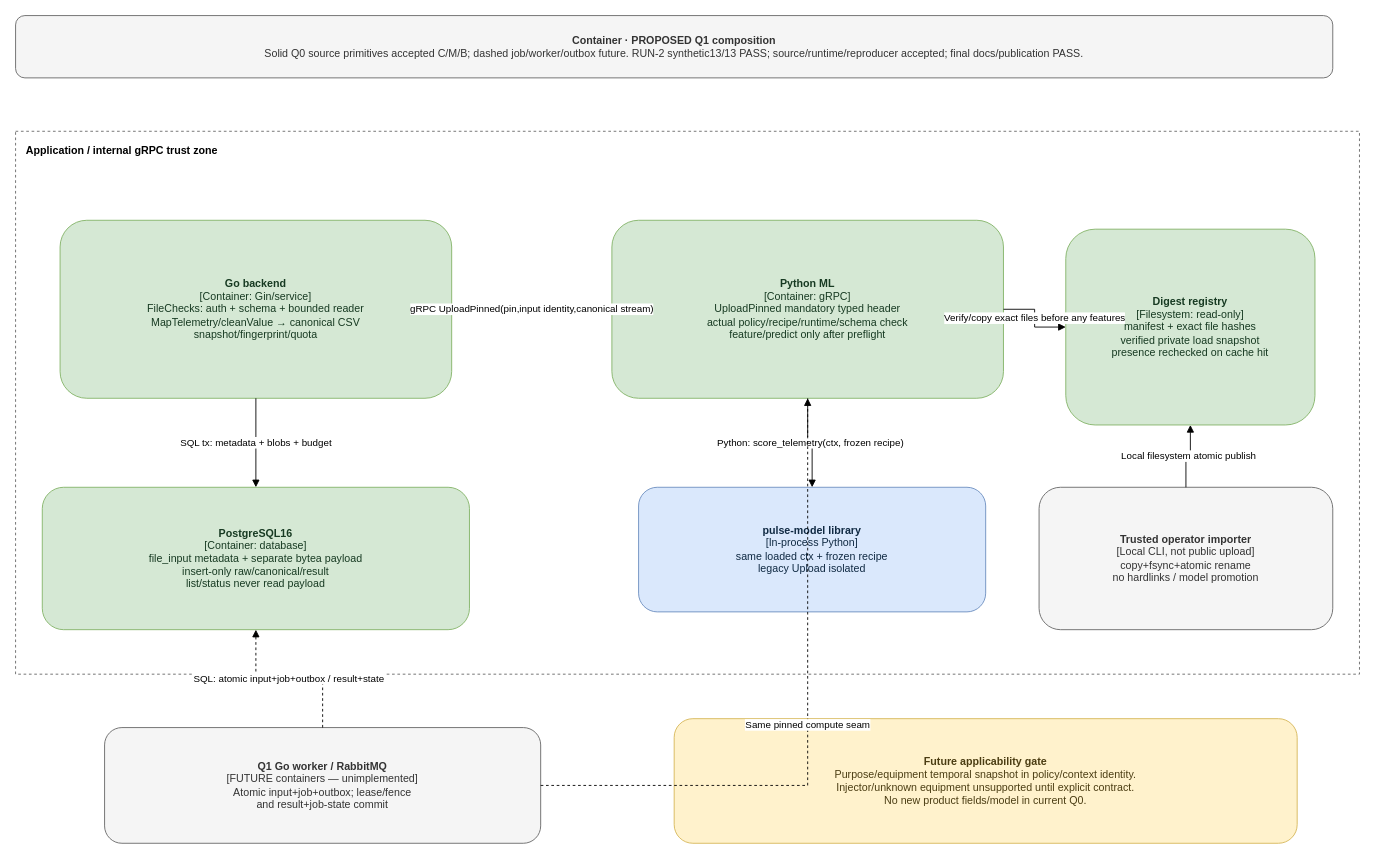
This is page "C2 Q0-era proposal — Q1 composition" (4 of 6) of docs/q0-artifact-pinning.drawio from effitech-pulse/pulse-backend, a draw.io file, before an edit. Source tidied: cells renumbered, new cells numbered last; positions are measured from the earlier drawing's top-left corner, leaving out a move shared by most shapes. Both pictures are drawn from the tidied source at 89%, with x=0, y=0 at pixel (15, 15).
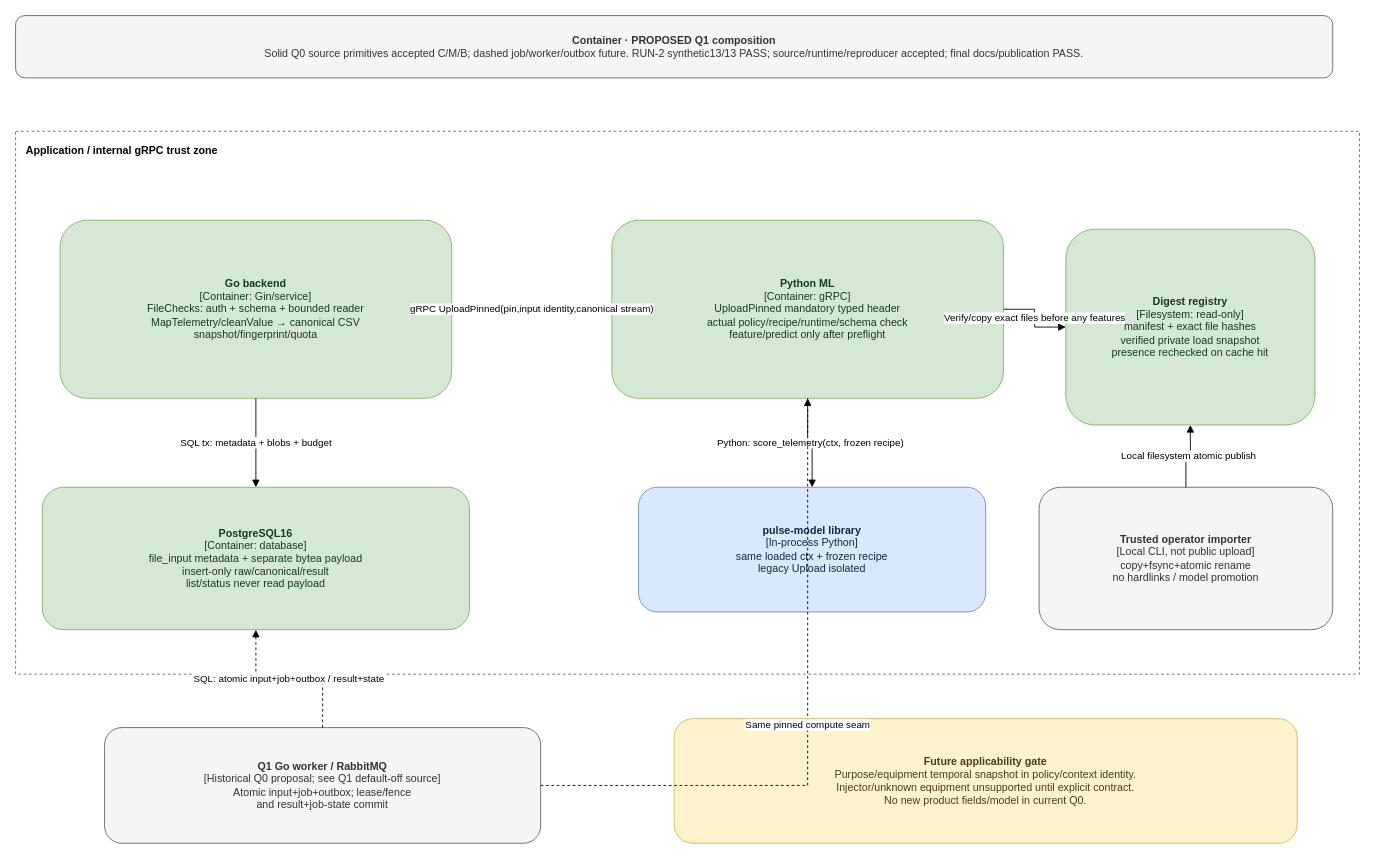
The same diagram, later.

Change to the diagram source:
```diff
@@
 <mxGraphModel>
   <root>
     <mxCell id="0" />
     <mxCell id="1" parent="0" />
     <mxCell id="2" value="&lt;b&gt;Container · PROPOSED Q1 composition&lt;/b&gt;&lt;br&gt;Solid Q0 source primitives accepted C/M/B; dashed job/worker/outbox future. RUN-2 synthetic13/13 PASS; source/runtime/reproducer accepted; final docs/publication PASS." style="rounded=1;whiteSpace=wrap;html=1;fillColor=#f5f5f5;strokeColor=#666666;fontColor=#333333;" parent="1" vertex="1">
       <mxGeometry width="1480" height="70" as="geometry" />
     </mxCell>
     <mxCell id="3" value="Application / internal gRPC trust zone" style="rounded=0;whiteSpace=wrap;html=1;fillColor=none;strokeColor=#666666;dashed=1;verticalAlign=top;align=left;fontStyle=1;spacingTop=8;spacingLeft=10;" parent="1" vertex="1">
       <mxGeometry y="130" width="1510" height="610" as="geometry" />
     </mxCell>
     <mxCell id="4" value="&lt;b&gt;Go backend&lt;/b&gt;&lt;br&gt;[Container: Gin/service]&lt;br&gt;FileChecks: auth + schema + bounded reader&lt;br&gt;MapTelemetry/cleanValue → canonical CSV&lt;br&gt;snapshot/fingerprint/quota" style="rounded=1;whiteSpace=wrap;html=1;fillColor=#d5e8d4;strokeColor=#82b366;fontColor=#173a22;" parent="1" vertex="1">
       <mxGeometry x="50" y="230" width="440" height="200" as="geometry" />
     </mxCell>
     <mxCell id="5" value="&lt;b&gt;PostgreSQL16&lt;/b&gt;&lt;br&gt;[Container: database]&lt;br&gt;file_input metadata + separate bytea payload&lt;br&gt;insert-only raw/canonical/result&lt;br&gt;list/status never read payload" style="rounded=1;whiteSpace=wrap;html=1;fillColor=#d5e8d4;strokeColor=#82b366;fontColor=#173a22;" parent="1" vertex="1">
       <mxGeometry x="30" y="530" width="480" height="160" as="geometry" />
     </mxCell>
     <mxCell id="6" value="&lt;b&gt;Python ML&lt;/b&gt;&lt;br&gt;[Container: gRPC]&lt;br&gt;UploadPinned mandatory typed header&lt;br&gt;actual policy/recipe/runtime/schema check&lt;br&gt;feature/predict only after preflight" style="rounded=1;whiteSpace=wrap;html=1;fillColor=#d5e8d4;strokeColor=#82b366;fontColor=#173a22;" parent="1" vertex="1">
       <mxGeometry x="670" y="230" width="440" height="200" as="geometry" />
     </mxCell>
     <mxCell id="7" value="&lt;b&gt;pulse-model library&lt;/b&gt;&lt;br&gt;[In-process Python]&lt;br&gt;same loaded ctx + frozen recipe&lt;br&gt;legacy Upload isolated" style="rounded=1;whiteSpace=wrap;html=1;fillColor=#dae8fc;strokeColor=#6c8ebf;fontColor=#102a43;" parent="1" vertex="1">
       <mxGeometry x="700" y="530" width="390" height="140" as="geometry" />
     </mxCell>
     <mxCell id="8" value="&lt;b&gt;Digest registry&lt;/b&gt;&lt;br&gt;[Filesystem: read-only]&lt;br&gt;manifest + exact file hashes&lt;br&gt;verified private load snapshot&lt;br&gt;presence rechecked on cache hit" style="rounded=1;whiteSpace=wrap;html=1;fillColor=#d5e8d4;strokeColor=#82b366;fontColor=#173a22;" parent="1" vertex="1">
       <mxGeometry x="1180" y="240" width="280" height="220" as="geometry" />
     </mxCell>
     <mxCell id="9" value="&lt;b&gt;Trusted operator importer&lt;/b&gt;&lt;br&gt;[Local CLI, not public upload]&lt;br&gt;copy+fsync+atomic rename&lt;br&gt;no hardlinks / model promotion" style="rounded=1;whiteSpace=wrap;html=1;fillColor=#f5f5f5;strokeColor=#666666;fontColor=#333333;" parent="1" vertex="1">
       <mxGeometry x="1150" y="530" width="330" height="160" as="geometry" />
     </mxCell>
-    <mxCell id="10" value="&lt;b&gt;Q1 Go worker / RabbitMQ&lt;/b&gt;&lt;br&gt;[FUTURE containers — unimplemented]&lt;br&gt;Atomic input+job+outbox; lease/fence&lt;br&gt;and result+job-state commit" style="rounded=1;whiteSpace=wrap;html=1;fillColor=#f5f5f5;strokeColor=#666666;fontColor=#333333;" parent="1" vertex="1">
+    <mxCell id="10" value="&lt;b&gt;Q1 Go worker / RabbitMQ&lt;/b&gt;&lt;br&gt;[Historical Q0 proposal; see Q1 default-off source]&lt;br&gt;Atomic input+job+outbox; lease/fence&lt;br&gt;and result+job-state commit" style="rounded=1;whiteSpace=wrap;html=1;fillColor=#f5f5f5;strokeColor=#666666;fontColor=#333333;" parent="1" vertex="1">
       <mxGeometry x="100" y="800" width="490" height="130" as="geometry" />
     </mxCell>
     <mxCell id="11" value="&lt;b&gt;Future applicability gate&lt;/b&gt;&lt;br&gt;Purpose/equipment temporal snapshot in policy/context identity.&lt;br&gt;Injector/unknown equipment unsupported until explicit contract.&lt;br&gt;No new product fields/model in current Q0." style="rounded=1;whiteSpace=wrap;html=1;fillColor=#fff2cc;strokeColor=#d6b656;fontColor=#4b3d13;" parent="1" vertex="1">
       <mxGeometry x="740" y="790" width="700" height="140" as="geometry" />
     </mxCell>
     <mxCell id="12" value="SQL tx: metadata + blobs + budget" style="edgeStyle=orthogonalEdgeStyle;rounded=0;html=1;endArrow=block;endFill=1;" parent="1" edge="1" source="4" target="5">
       <mxGeometry relative="1" as="geometry" />
     </mxCell>
     <mxCell id="13" value="gRPC UploadPinned(pin,input identity,canonical stream)" style="edgeStyle=orthogonalEdgeStyle;rounded=0;html=1;endArrow=block;endFill=1;" parent="1" edge="1" source="4" target="6">
       <mxGeometry relative="1" as="geometry" />
     </mxCell>
     <mxCell id="14" value="Verify/copy exact files before any features" style="edgeStyle=orthogonalEdgeStyle;rounded=0;html=1;endArrow=block;endFill=1;" parent="1" edge="1" source="6" target="8">
       <mxGeometry relative="1" as="geometry" />
     </mxCell>
     <mxCell id="15" value="Python: score_telemetry(ctx, frozen recipe)" style="edgeStyle=orthogonalEdgeStyle;rounded=0;html=1;endArrow=block;endFill=1;" parent="1" edge="1" source="6" target="7">
       <mxGeometry relative="1" as="geometry" />
     </mxCell>
     <mxCell id="16" value="Local filesystem atomic publish" style="edgeStyle=orthogonalEdgeStyle;rounded=0;html=1;endArrow=block;endFill=1;" parent="1" edge="1" source="9" target="8">
       <mxGeometry relative="1" as="geometry" />
     </mxCell>
     <mxCell id="17" value="SQL: atomic input+job+outbox / result+state" style="edgeStyle=orthogonalEdgeStyle;rounded=0;html=1;endArrow=block;endFill=1;dashed=1;" parent="1" edge="1" source="10" target="5">
       <mxGeometry relative="1" as="geometry" />
     </mxCell>
     <mxCell id="18" value="Same pinned compute seam" style="edgeStyle=orthogonalEdgeStyle;rounded=0;html=1;endArrow=block;endFill=1;dashed=1;" parent="1" edge="1" source="10" target="6">
       <mxGeometry relative="1" as="geometry" />
     </mxCell>
   </root>
 </mxGraphModel>
```
